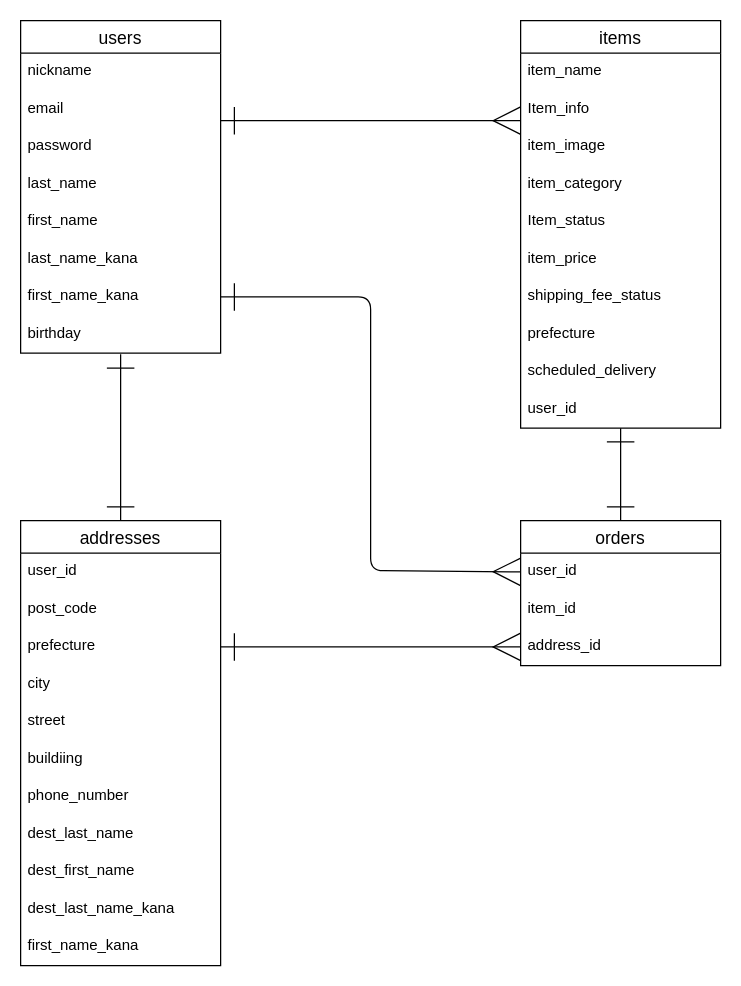
The draw.io diagram er.dio in mayumitanaka/furima-38749, before the edit. Source tidied: cells renumbered, new cells numbered last; positions are measured from the earlier drawing's top-left corner, leaving out a move shared by most shapes. Both pictures are drawn from the tidied source at 125%, with x=0, y=0 at pixel (20, 20).
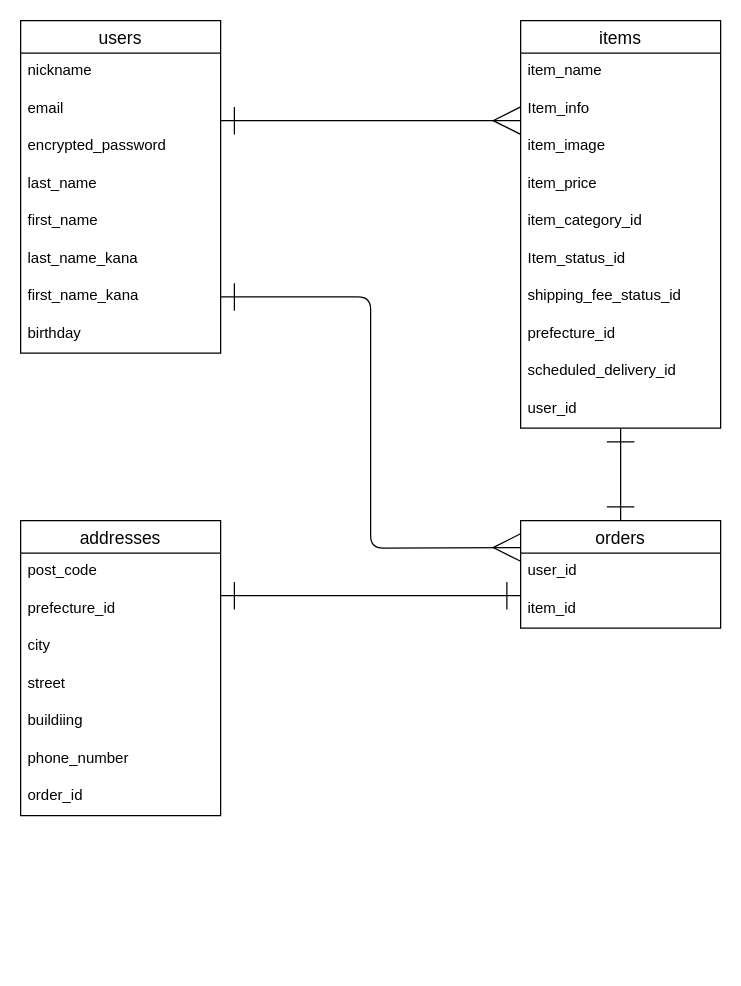
After the change.

Commit message (it also covers changes not shown here):
データベース設計(修正-2)

The change refers to these unchanged cells:
```xml
<mxCell id="2" value="users" style="swimlane;fontStyle=0;horizontal=1;startSize=26;align=center;fontSize=14;" parent="1" vertex="1">
  <mxGeometry width="160" height="266" as="geometry" />
</mxCell>
<mxCell id="9" value="first_name_kana" style="text;strokeColor=none;fillColor=none;spacingLeft=4;spacingRight=4;overflow=hidden;points=[[0,0.5],[1,0.5]];portConstraint=eastwest;fontSize=12;" parent="2" vertex="1">
  <mxGeometry y="206" width="160" height="30" as="geometry" />
</mxCell>
<mxCell id="10" value="birthday" style="text;strokeColor=none;fillColor=none;spacingLeft=4;spacingRight=4;overflow=hidden;points=[[0,0.5],[1,0.5]];portConstraint=eastwest;fontSize=12;" parent="2" vertex="1">
  <mxGeometry y="236" width="160" height="30" as="geometry" />
</mxCell>
<mxCell id="13" value="user_id" style="text;strokeColor=none;fillColor=none;spacingLeft=4;spacingRight=4;overflow=hidden;points=[[0,0.5],[1,0.5]];portConstraint=eastwest;fontSize=12;" parent="12" vertex="1">
  <mxGeometry y="26" width="160" height="30" as="geometry" />
</mxCell>
<mxCell id="16" value="items" style="swimlane;fontStyle=0;horizontal=1;startSize=26;align=center;fontSize=14;" parent="1" vertex="1">
  <mxGeometry x="400" width="160" height="326" as="geometry" />
</mxCell>
```

What changed in the source:
```diff
@@
-    <mxCell id="5" value="password" style="text;strokeColor=none;fillColor=none;spacingLeft=4;spacingRight=4;overflow=hidden;fontSize=12;" parent="2" vertex="1">
+    <mxCell id="5" value="encrypted_password" style="text;strokeColor=none;fillColor=none;spacingLeft=4;spacingRight=4;overflow=hidden;fontSize=12;" parent="2" vertex="1">
       <mxGeometry y="86" width="160" height="30" as="geometry" />
     </mxCell>
@@
     <mxCell id="12" value="orders" style="swimlane;fontStyle=0;horizontal=1;startSize=26;align=center;fontSize=14;" parent="1" vertex="1">
-      <mxGeometry x="400" y="400" width="160" height="116" as="geometry" />
+      <mxGeometry x="400" y="400" width="160" height="86" as="geometry" />
     </mxCell>
@@
-    <mxCell id="15" value="address_id" style="text;strokeColor=none;fillColor=none;spacingLeft=4;spacingRight=4;overflow=hidden;points=[[0,0.5],[1,0.5]];portConstraint=eastwest;fontSize=12;" parent="12" vertex="1">
-      <mxGeometry y="86" width="160" height="30" as="geometry" />
-    </mxCell>
@@
+    <mxCell id="22" value="item_price" style="text;strokeColor=none;fillColor=none;spacingLeft=4;spacingRight=4;overflow=hidden;fontSize=12;" parent="16" vertex="1">
+      <mxGeometry y="116" width="160" height="30" as="geometry" />
+    </mxCell>
-    <mxCell id="20" value="item_category" style="text;strokeColor=none;fillColor=none;spacingLeft=4;spacingRight=4;overflow=hidden;fontSize=12;" parent="16" vertex="1">
-      <mxGeometry y="116" width="160" height="30" as="geometry" />
+    <mxCell id="20" value="item_category_id" style="text;strokeColor=none;fillColor=none;spacingLeft=4;spacingRight=4;overflow=hidden;fontSize=12;" parent="16" vertex="1">
+      <mxGeometry y="146" width="160" height="30" as="geometry" />
     </mxCell>
-    <mxCell id="21" value="Item_status" style="text;strokeColor=none;fillColor=none;spacingLeft=4;spacingRight=4;overflow=hidden;fontSize=12;" parent="16" vertex="1">
-      <mxGeometry y="146" width="160" height="30" as="geometry" />
+    <mxCell id="21" value="Item_status_id" style="text;strokeColor=none;fillColor=none;spacingLeft=4;spacingRight=4;overflow=hidden;fontSize=12;" parent="16" vertex="1">
+      <mxGeometry y="176" width="160" height="30" as="geometry" />
     </mxCell>
-    <mxCell id="22" value="item_price" style="text;strokeColor=none;fillColor=none;spacingLeft=4;spacingRight=4;overflow=hidden;fontSize=12;" parent="16" vertex="1">
-      <mxGeometry y="176" width="160" height="30" as="geometry" />
-    </mxCell>
-    <mxCell id="23" value="shipping_fee_status" style="text;strokeColor=none;fillColor=none;spacingLeft=4;spacingRight=4;overflow=hidden;fontSize=12;" parent="16" vertex="1">
+    <mxCell id="23" value="shipping_fee_status_id" style="text;strokeColor=none;fillColor=none;spacingLeft=4;spacingRight=4;overflow=hidden;fontSize=12;" parent="16" vertex="1">
       <mxGeometry y="206" width="160" height="30" as="geometry" />
     </mxCell>
-    <mxCell id="24" value="prefecture" style="text;strokeColor=none;fillColor=none;spacingLeft=4;spacingRight=4;overflow=hidden;fontSize=12;" parent="16" vertex="1">
+    <mxCell id="24" value="prefecture_id" style="text;strokeColor=none;fillColor=none;spacingLeft=4;spacingRight=4;overflow=hidden;fontSize=12;" parent="16" vertex="1">
       <mxGeometry y="236" width="160" height="30" as="geometry" />
     </mxCell>
-    <mxCell id="25" value="scheduled_delivery" style="text;strokeColor=none;fillColor=none;spacingLeft=4;spacingRight=4;overflow=hidden;fontSize=12;" parent="16" vertex="1">
+    <mxCell id="25" value="scheduled_delivery_id" style="text;strokeColor=none;fillColor=none;spacingLeft=4;spacingRight=4;overflow=hidden;fontSize=12;" parent="16" vertex="1">
       <mxGeometry y="266" width="160" height="30" as="geometry" />
     </mxCell>
@@
-    <mxCell id="27" style="edgeStyle=none;html=1;exitX=0.5;exitY=0;exitDx=0;exitDy=0;entryX=0.5;entryY=1.033;entryDx=0;entryDy=0;entryPerimeter=0;startArrow=ERone;startFill=0;endArrow=ERone;endFill=0;startSize=20;endSize=20;targetPerimeterSpacing=0;" parent="1" edge="1" source="28" target="10">
-      <mxGeometry relative="1" as="geometry" />
-    </mxCell>
     <mxCell id="28" value="addresses" style="swimlane;fontStyle=0;horizontal=1;startSize=26;align=center;fontSize=14;" parent="1" vertex="1">
-      <mxGeometry y="400" width="160" height="356" as="geometry" />
+      <mxGeometry y="400" width="160" height="236" as="geometry" />
     </mxCell>
-    <mxCell id="29" value="user_id" style="text;strokeColor=none;fillColor=none;spacingLeft=4;spacingRight=4;overflow=hidden;fontSize=12;" parent="28" vertex="1">
-      <mxGeometry y="26" width="160" height="30" as="geometry" />
-    </mxCell>
     <mxCell id="30" value="post_code" style="text;strokeColor=none;fillColor=none;spacingLeft=4;spacingRight=4;overflow=hidden;fontSize=12;" parent="28" vertex="1">
-      <mxGeometry y="56" width="160" height="30" as="geometry" />
+      <mxGeometry y="26" width="160" height="30" as="geometry" />
     </mxCell>
-    <mxCell id="31" value="prefecture" style="text;strokeColor=none;fillColor=none;spacingLeft=4;spacingRight=4;overflow=hidden;points=[[0,0.5],[1,0.5]];portConstraint=eastwest;fontSize=12;" parent="28" vertex="1">
-      <mxGeometry y="86" width="160" height="30" as="geometry" />
+    <mxCell id="31" value="prefecture_id" style="text;strokeColor=none;fillColor=none;spacingLeft=4;spacingRight=4;overflow=hidden;points=[[0,0.5],[1,0.5]];portConstraint=eastwest;fontSize=12;" parent="28" vertex="1">
+      <mxGeometry y="56" width="160" height="30" as="geometry" />
     </mxCell>
     <mxCell id="32" value="city" style="text;strokeColor=none;fillColor=none;spacingLeft=4;spacingRight=4;overflow=hidden;fontSize=12;" parent="28" vertex="1">
-      <mxGeometry y="116" width="160" height="30" as="geometry" />
+      <mxGeometry y="86" width="160" height="30" as="geometry" />
     </mxCell>
     <mxCell id="33" value="street" style="text;strokeColor=none;fillColor=none;spacingLeft=4;spacingRight=4;overflow=hidden;fontSize=12;" parent="28" vertex="1">
-      <mxGeometry y="146" width="160" height="30" as="geometry" />
+      <mxGeometry y="116" width="160" height="30" as="geometry" />
     </mxCell>
     <mxCell id="34" value="buildiing" style="text;strokeColor=none;fillColor=none;spacingLeft=4;spacingRight=4;overflow=hidden;fontSize=12;" parent="28" vertex="1">
-      <mxGeometry y="176" width="160" height="30" as="geometry" />
+      <mxGeometry y="146" width="160" height="30" as="geometry" />
     </mxCell>
     <mxCell id="35" value="phone_number" style="text;strokeColor=none;fillColor=none;spacingLeft=4;spacingRight=4;overflow=hidden;fontSize=12;" parent="28" vertex="1">
-      <mxGeometry y="206" width="160" height="30" as="geometry" />
+      <mxGeometry y="176" width="160" height="30" as="geometry" />
     </mxCell>
-    <mxCell id="36" value="dest_last_name" style="text;strokeColor=none;fillColor=none;spacingLeft=4;spacingRight=4;overflow=hidden;fontSize=12;" parent="28" vertex="1">
-      <mxGeometry y="236" width="160" height="30" as="geometry" />
-    </mxCell>
-    <mxCell id="37" value="dest_first_name" style="text;strokeColor=none;fillColor=none;spacingLeft=4;spacingRight=4;overflow=hidden;fontSize=12;" parent="28" vertex="1">
-      <mxGeometry y="266" width="160" height="30" as="geometry" />
-    </mxCell>
-    <mxCell id="38" value="dest_last_name_kana" style="text;strokeColor=none;fillColor=none;spacingLeft=4;spacingRight=4;overflow=hidden;fontSize=12;" parent="28" vertex="1">
-      <mxGeometry y="296" width="160" height="30" as="geometry" />
-    </mxCell>
-    <mxCell id="39" value="first_name_kana" style="text;strokeColor=none;fillColor=none;spacingLeft=4;spacingRight=4;overflow=hidden;fontSize=12;" parent="28" vertex="1">
-      <mxGeometry y="326" width="160" height="30" as="geometry" />
-    </mxCell>
+    <mxCell id="43" value="order_id" style="text;strokeColor=none;fillColor=none;spacingLeft=4;spacingRight=4;overflow=hidden;fontSize=12;" parent="28" vertex="1">
+      <mxGeometry y="206" width="160" height="30" as="geometry" />
+    </mxCell>
@@
-    <mxCell id="41" style="edgeStyle=none;html=1;exitX=1;exitY=0.5;exitDx=0;exitDy=0;entryX=0;entryY=0.5;entryDx=0;entryDy=0;startArrow=ERone;startFill=0;endArrow=ERmany;endFill=0;startSize=20;endSize=20;targetPerimeterSpacing=0;" parent="1" edge="1" source="9" target="13">
+    <mxCell id="41" style="edgeStyle=none;html=1;exitX=1;exitY=0.5;exitDx=0;exitDy=0;entryX=0;entryY=0.25;entryDx=0;entryDy=0;startArrow=ERone;startFill=0;endArrow=ERmany;endFill=0;startSize=20;endSize=20;targetPerimeterSpacing=0;" parent="1" edge="1" source="9" target="12">
       <mxGeometry relative="1" as="geometry">
         <Array as="points">
           <mxPoint x="280" y="221" />
-          <mxPoint x="280" y="440" />
+          <mxPoint x="280" y="422" />
         </Array>
       </mxGeometry>
     </mxCell>
-    <mxCell id="42" style="edgeStyle=none;html=1;exitX=1;exitY=0.5;exitDx=0;exitDy=0;entryX=0;entryY=0.5;entryDx=0;entryDy=0;startArrow=ERone;startFill=0;endArrow=ERmany;endFill=0;endSize=20;startSize=20;" parent="1" edge="1" source="31" target="15">
-      <mxGeometry relative="1" as="geometry" />
+    <mxCell id="42" style="edgeStyle=none;html=1;exitX=1;exitY=0.5;exitDx=0;exitDy=0;entryX=0;entryY=0.5;entryDx=0;entryDy=0;startArrow=ERone;startFill=0;endArrow=ERone;endFill=0;endSize=20;startSize=20;" parent="1" edge="1">
+      <mxGeometry relative="1" as="geometry">
+        <mxPoint x="160" y="460" as="sourcePoint" />
+        <mxPoint x="400" y="460" as="targetPoint" />
+      </mxGeometry>
     </mxCell>
```
